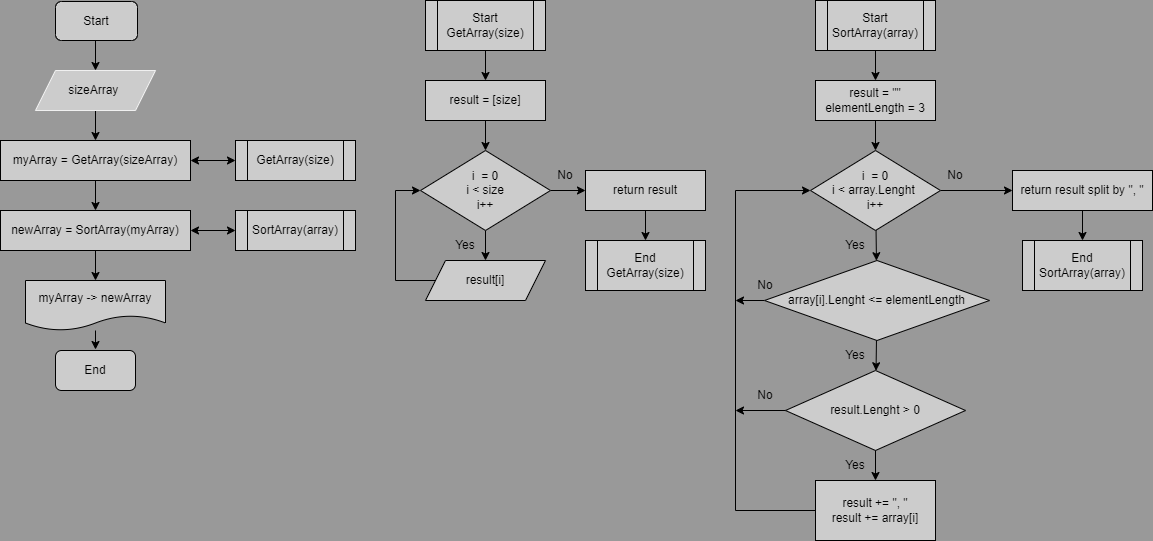
Above: BlockScheme_FinalTest.drawio.png in MSSNSK/FinalTest (draw.io), before the change. Source tidied: cells renumbered, new cells last; positions are measured from the earlier drawing's top-left corner, leaving out a move shared by most shapes.
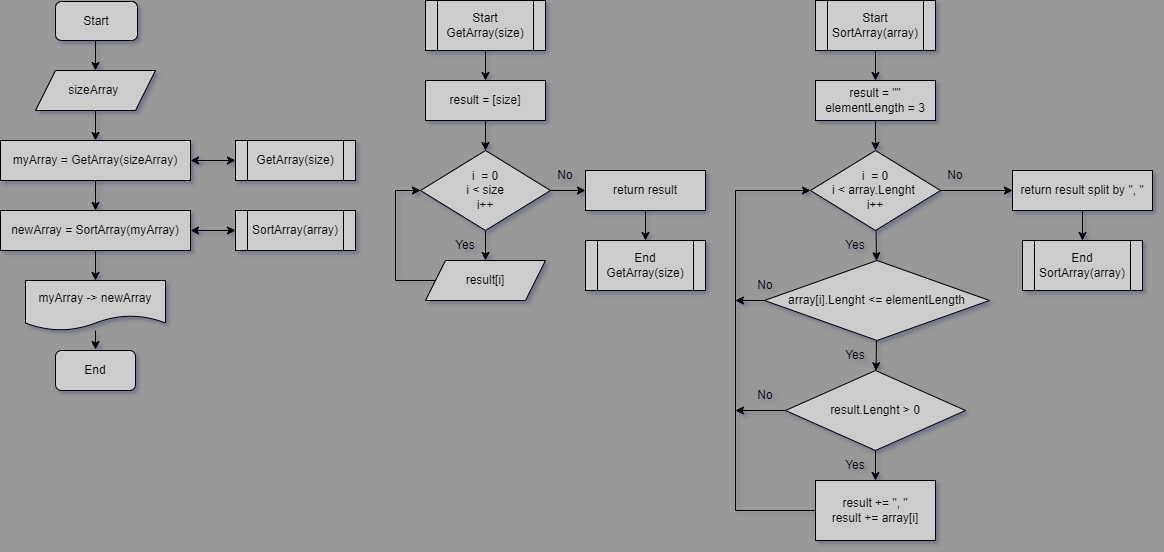
After the change.

Diff of the diagram source:
```diff
@@ -10,7 +10,7 @@
     <mxCell id="3" style="edgeStyle=none;html=1;rounded=0;" parent="1" edge="1" source="4" target="6">
       <mxGeometry relative="1" as="geometry" />
     </mxCell>
-    <mxCell id="4" value="sizeArray&amp;nbsp;" style="shape=parallelogram;perimeter=parallelogramPerimeter;whiteSpace=wrap;html=1;fixedSize=1;shadow=0;rounded=0;strokeColor=#F0F0F0;fillColor=#CCCCCC;" parent="1" vertex="1">
+    <mxCell id="4" value="sizeArray&amp;nbsp;" style="shape=parallelogram;perimeter=parallelogramPerimeter;whiteSpace=wrap;html=1;fixedSize=1;shadow=0;rounded=0;strokeColor=#000000;fillColor=#CCCCCC;" parent="1" vertex="1">
       <mxGeometry x="35" y="70" width="120" height="40" as="geometry" />
     </mxCell>
     <mxCell id="5" style="edgeStyle=none;html=1;rounded=0;" parent="1" edge="1" source="6" target="8">
```
